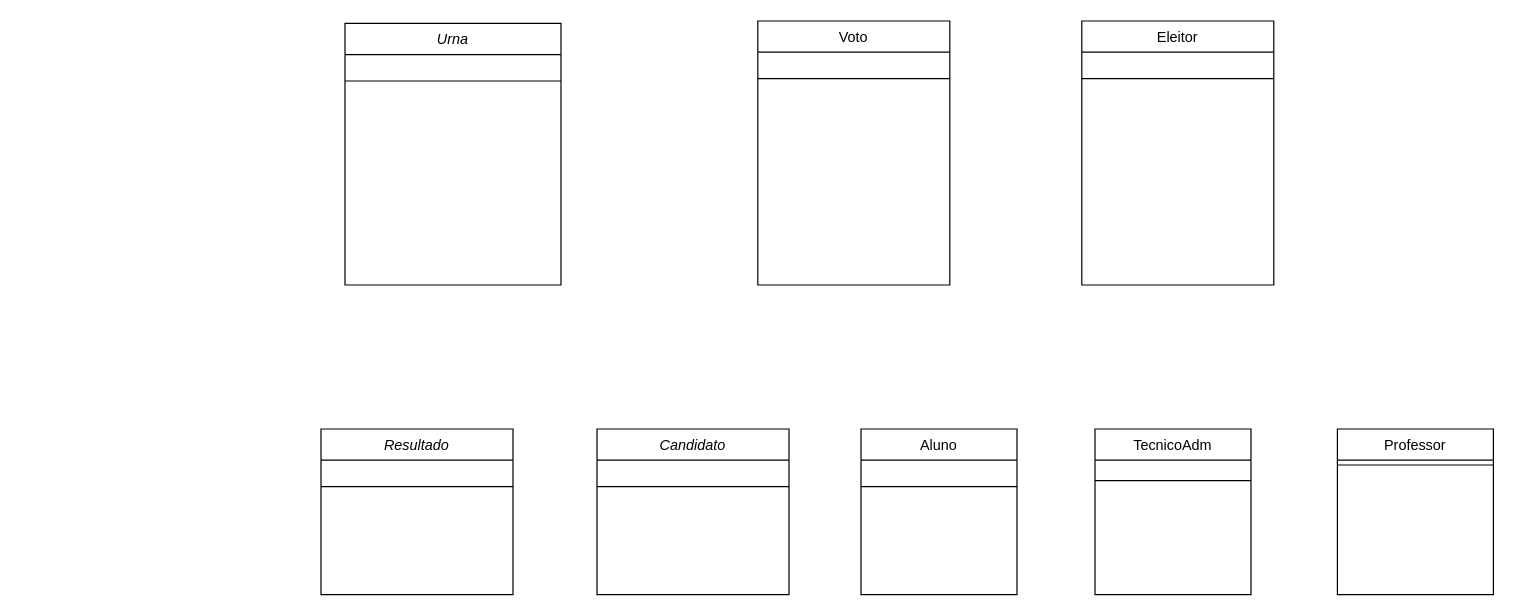
Before: projeto_urna.drawio in Alien-Love/T1_INE5605, a draw.io diagram. Source tidied: cells renumbered, new cells numbered last; positions are measured from the earlier drawing's top-left corner, leaving out a move shared by most shapes. Both pictures are drawn from the tidied source at 120%, with x=0, y=0 at pixel (320, 20).
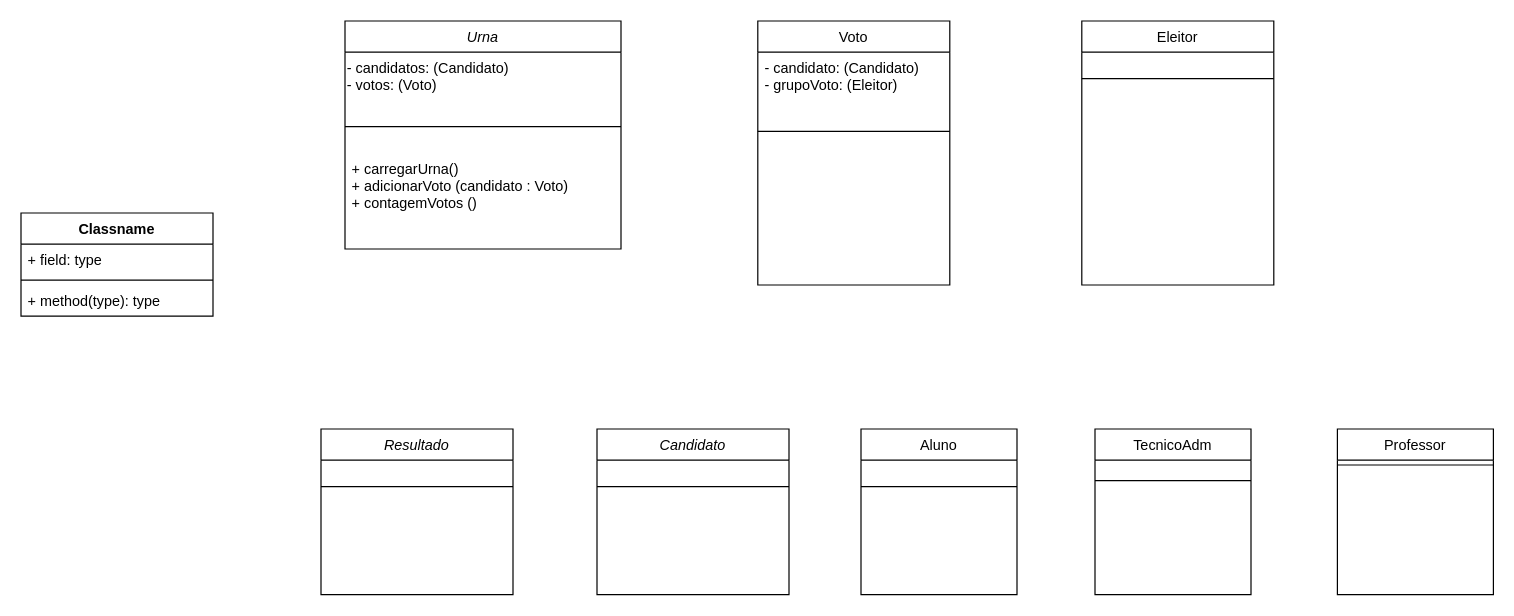
The same diagram, later.

Unchanged cells that the change refers to:
```xml
<mxCell id="6" value="Voto" style="swimlane;fontStyle=0;align=center;verticalAlign=top;horizontal=1;startSize=26;rounded=0;shadow=0;strokeWidth=1;" parent="1" vertex="1">
  <mxGeometry x="364" width="160" height="220" as="geometry" />
</mxCell>
```

Diff of the diagram source:
```diff
@@
     <mxCell id="2" value="Urna" style="swimlane;fontStyle=2;align=center;verticalAlign=top;horizontal=1;startSize=26;rounded=0;shadow=0;strokeWidth=1;" parent="1" vertex="1">
-      <mxGeometry x="20" y="2" width="180" height="218" as="geometry" />
+      <mxGeometry x="20" width="230" height="190" as="geometry" />
     </mxCell>
+    <mxCell id="18" value="- candidatos: (Candidato)&lt;br&gt;- votos: (Voto)" style="text;html=1;align=left;verticalAlign=top;strokeColor=none;fillColor=none;" parent="2" vertex="1">
+      <mxGeometry y="26" width="230" height="40" as="geometry" />
+    </mxCell>
     <mxCell id="3" style="line;html=1;strokeWidth=1;align=left;verticalAlign=middle;spacingTop=-1;spacingLeft=3;spacingRight=3;labelPosition=right;" parent="2" vertex="1">
-      <mxGeometry y="26" width="180" height="44" as="geometry" />
+      <mxGeometry y="66" width="230" height="44" as="geometry" />
     </mxCell>
+    <mxCell id="19" value="+ carregarUrna()&#10;+ adicionarVoto (candidato : Voto)&#10;+ contagemVotos ()" style="text;strokeColor=none;fillColor=none;align=left;verticalAlign=top;spacingLeft=4;spacingRight=4;overflow=hidden;" parent="2" vertex="1">
+      <mxGeometry y="110" width="230" height="80" as="geometry" />
+    </mxCell>
@@
+    <mxCell id="20" value="- candidato: (Candidato)&#10;- grupoVoto: (Eleitor)" style="text;strokeColor=none;fillColor=none;align=left;verticalAlign=top;spacingLeft=4;spacingRight=4;overflow=hidden;" parent="6" vertex="1">
+      <mxGeometry y="26" width="160" height="44" as="geometry" />
+    </mxCell>
     <mxCell id="7" style="line;html=1;strokeWidth=1;align=left;verticalAlign=middle;spacingTop=-1;spacingLeft=3;spacingRight=3;labelPosition=right;" parent="6" vertex="1">
-      <mxGeometry y="26" width="160" height="44" as="geometry" />
+      <mxGeometry y="70" width="160" height="44" as="geometry" />
     </mxCell>
@@
+    <mxCell id="21" value="Classname" style="swimlane;fontStyle=1;align=center;verticalAlign=top;horizontal=1;startSize=26;" parent="1" vertex="1">
+      <mxGeometry x="-250" y="160" width="160" height="86" as="geometry" />
+    </mxCell>
+    <mxCell id="22" value="+ field: type" style="text;strokeColor=none;fillColor=none;align=left;verticalAlign=top;spacingLeft=4;spacingRight=4;overflow=hidden;" parent="21" vertex="1">
+      <mxGeometry y="26" width="160" height="26" as="geometry" />
+    </mxCell>
+    <mxCell id="23" style="line;strokeWidth=1;fillColor=none;align=left;verticalAlign=middle;spacingTop=-1;spacingLeft=3;spacingRight=3;labelPosition=right;strokeColor=inherit;" parent="21" vertex="1">
+      <mxGeometry y="52" width="160" height="8" as="geometry" />
+    </mxCell>
+    <mxCell id="24" value="+ method(type): type" style="text;strokeColor=none;fillColor=none;align=left;verticalAlign=top;spacingLeft=4;spacingRight=4;overflow=hidden;" parent="21" vertex="1">
+      <mxGeometry y="60" width="160" height="26" as="geometry" />
+    </mxCell>
```
